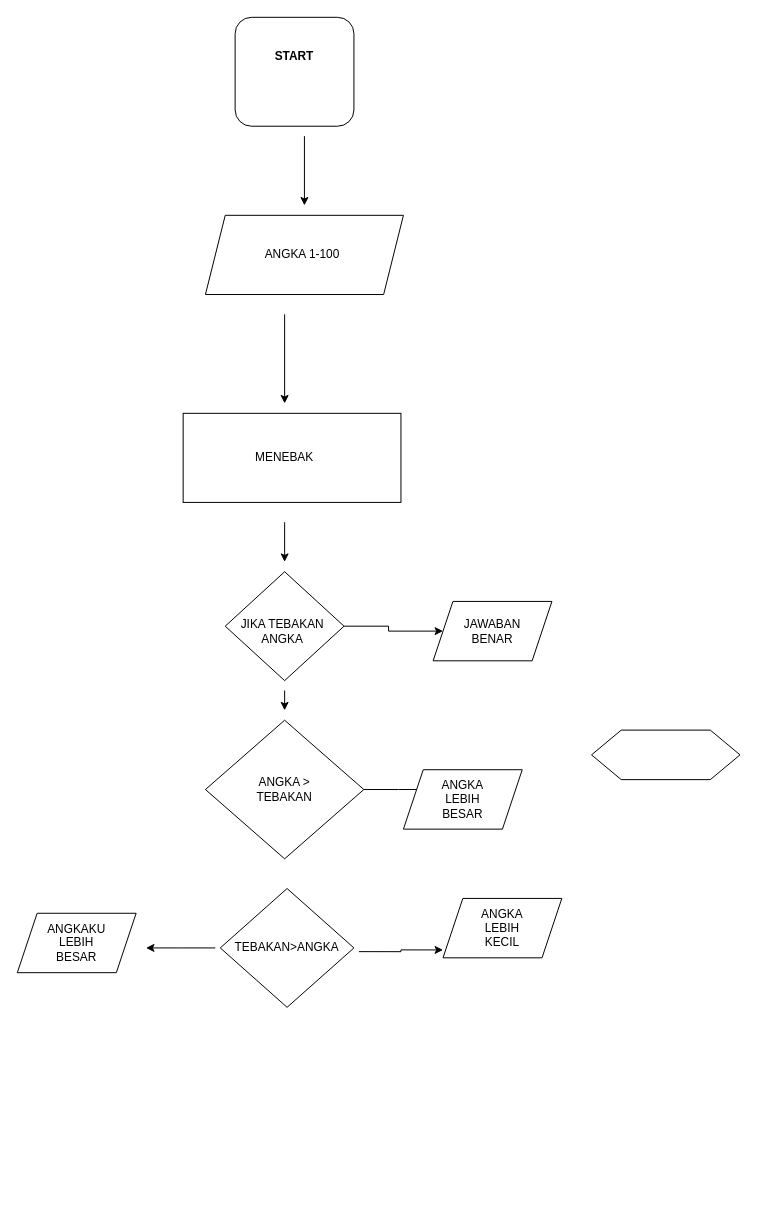
Irsyadhakki/algo_A_23241004 keeps this draw.io diagram as Untitled Diagram.drawio. Above is the earlier version. Source tidied: cells renumbered, new cells numbered last; positions are measured from the earlier drawing's top-left corner, leaving out a move shared by most shapes. Both pictures are drawn from the tidied source at 99%, with x=0, y=0 at pixel (17, 17).
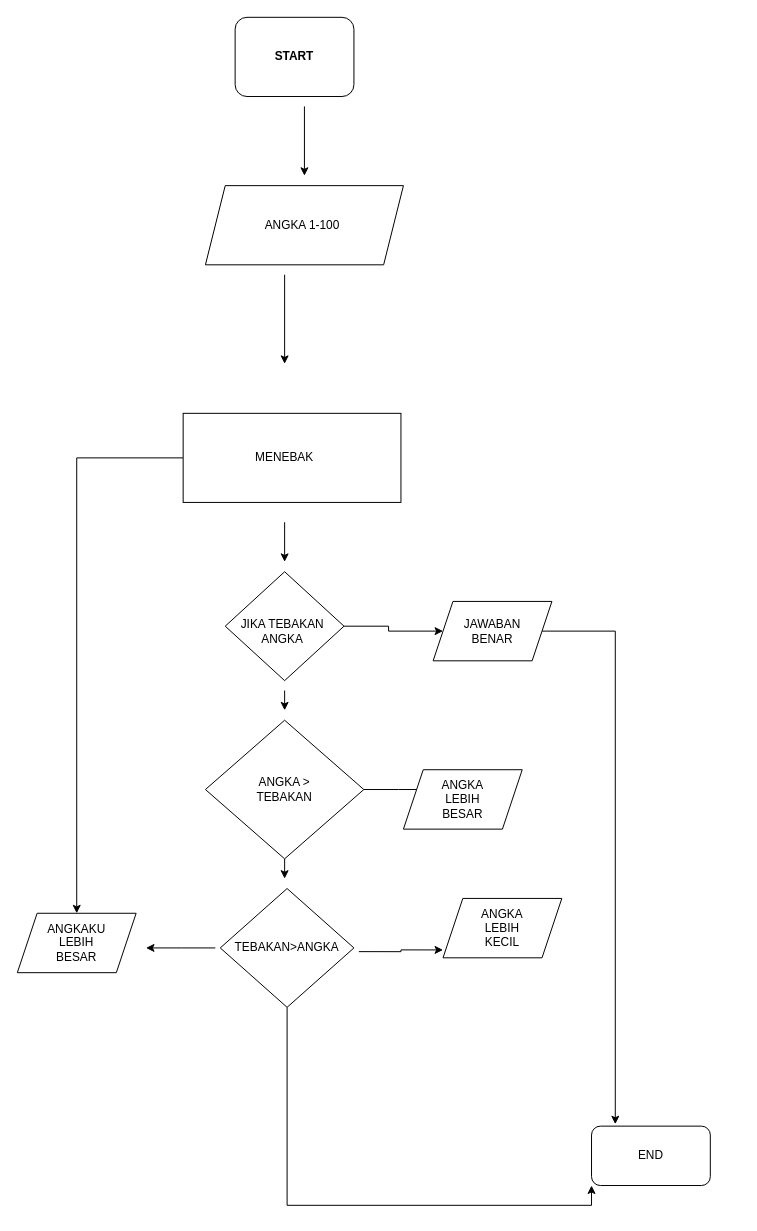
The same page after the edit.

The change refers to these unchanged cells:
```xml
<mxCell id="6" style="rounded=0;whiteSpace=wrap;html=1;" parent="1" vertex="1">
  <mxGeometry x="167.5" y="400" width="220" height="90" as="geometry" />
</mxCell>
<mxCell id="15" style="rhombus;whiteSpace=wrap;html=1;" parent="1" vertex="1">
  <mxGeometry x="205" y="880" width="135" height="120" as="geometry" />
</mxCell>
<mxCell id="19" style="rhombus;whiteSpace=wrap;html=1;" parent="1" vertex="1">
  <mxGeometry x="190" y="710" width="160" height="140" as="geometry" />
</mxCell>
<mxCell id="25" style="shape=parallelogram;perimeter=parallelogramPerimeter;whiteSpace=wrap;html=1;fixedSize=1;" parent="1" vertex="1">
  <mxGeometry x="420" y="590" width="120" height="60" as="geometry" />
</mxCell>
<mxCell id="29" style="shape=parallelogram;perimeter=parallelogramPerimeter;whiteSpace=wrap;html=1;fixedSize=1;" parent="1" vertex="1">
  <mxGeometry y="905" width="120" height="60" as="geometry" />
</mxCell>
```

Diff of the diagram source:
```diff
@@
     <mxCell id="2" style="rounded=1;whiteSpace=wrap;html=1;" parent="1" vertex="1">
-      <mxGeometry x="220" width="120" height="110" as="geometry" />
+      <mxGeometry x="220" width="120" height="80" as="geometry" />
     </mxCell>
     <mxCell id="3" style="endArrow=classic;html=1;rounded=0;" parent="1" edge="1">
       <mxGeometry relative="1" as="geometry">
-        <mxPoint x="290" y="120" as="sourcePoint" />
-        <mxPoint x="290" y="190" as="targetPoint" />
+        <mxPoint x="290" y="90" as="sourcePoint" />
+        <mxPoint x="290" y="160" as="targetPoint" />
       </mxGeometry>
     </mxCell>
     <mxCell id="4" style="shape=parallelogram;perimeter=parallelogramPerimeter;whiteSpace=wrap;html=1;fixedSize=1;" parent="1" vertex="1">
-      <mxGeometry x="190" y="200" width="200" height="80" as="geometry" />
+      <mxGeometry x="190" y="170" width="200" height="80" as="geometry" />
     </mxCell>
     <mxCell id="5" style="endArrow=classic;html=1;rounded=0;" parent="1" edge="1">
       <mxGeometry relative="1" as="geometry">
-        <mxPoint x="270" y="300" as="sourcePoint" />
-        <mxPoint x="270" y="390" as="targetPoint" />
+        <mxPoint x="270" y="260" as="sourcePoint" />
+        <mxPoint x="270" y="350" as="targetPoint" />
       </mxGeometry>
     </mxCell>
+    <mxCell id="31" style="edgeStyle=orthogonalEdgeStyle;rounded=0;jettySize=auto;html=1;exitX=0;exitY=0.5;exitDx=0;exitDy=0;entryX=0.5;entryY=0;entryDx=0;entryDy=0;" parent="1" edge="1" source="6" target="29">
+      <mxGeometry relative="1" as="geometry" />
+    </mxCell>
@@
-    <mxCell id="10" style="shape=hexagon;perimeter=hexagonPerimeter2;whiteSpace=wrap;html=1;fixedSize=1;size=30;" parent="1" vertex="1">
-      <mxGeometry x="580" y="720" width="150" height="50" as="geometry" />
-    </mxCell>
@@
     <mxCell id="12" value="ANGKA 1-100" style="text;strokeColor=none;align=center;fillColor=none;html=1;verticalAlign=middle;whiteSpace=wrap;rounded=0;" parent="1" vertex="1">
-      <mxGeometry x="187.5" y="225" width="200" height="30" as="geometry" />
+      <mxGeometry x="187.5" y="195" width="200" height="30" as="geometry" />
     </mxCell>
@@
+    <mxCell id="32" style="edgeStyle=orthogonalEdgeStyle;rounded=0;jettySize=auto;html=1;exitX=0.5;exitY=1;exitDx=0;exitDy=0;entryX=0;entryY=1;entryDx=0;entryDy=0;" parent="1" edge="1" source="15" target="35">
+      <mxGeometry relative="1" as="geometry" />
+    </mxCell>
@@
+    <mxCell id="33" style="edgeStyle=orthogonalEdgeStyle;rounded=0;jettySize=auto;html=1;exitX=0.5;exitY=1;exitDx=0;exitDy=0;" parent="1" edge="1" source="19">
+      <mxGeometry relative="1" as="geometry">
+        <mxPoint x="270" y="870" as="targetPoint" />
+      </mxGeometry>
+    </mxCell>
@@
+    <mxCell id="34" style="edgeStyle=orthogonalEdgeStyle;rounded=0;jettySize=auto;html=1;exitX=1;exitY=0.5;exitDx=0;exitDy=0;entryX=0.2;entryY=-0.033;entryDx=0;entryDy=0;entryPerimeter=0;" parent="1" edge="1" source="25" target="35">
+      <mxGeometry relative="1" as="geometry" />
+    </mxCell>
@@
+    <mxCell id="35" style="rounded=1;whiteSpace=wrap;html=1;" parent="1" vertex="1">
+      <mxGeometry x="580" y="1120" width="120" height="60" as="geometry" />
+    </mxCell>
+    <mxCell id="36" value="END" style="text;strokeColor=none;align=center;fillColor=none;html=1;verticalAlign=middle;whiteSpace=wrap;rounded=0;" parent="1" vertex="1">
+      <mxGeometry x="610" y="1135" width="60" height="30" as="geometry" />
+    </mxCell>
```
